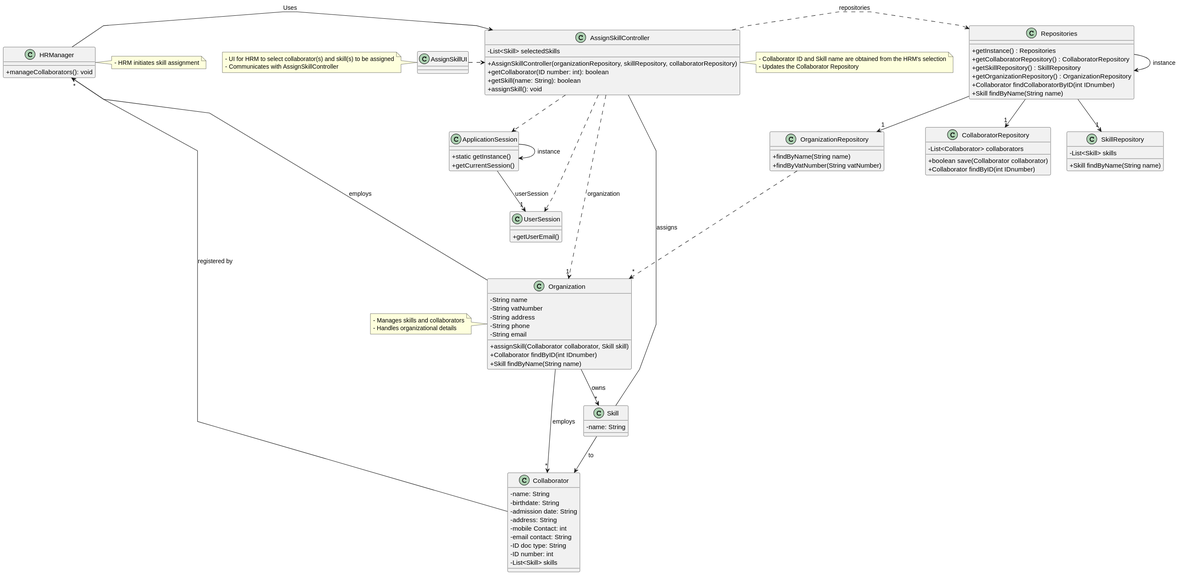
Before: docs/sprint2/us004/03.design/svg/us004-class-diagram.svg, a diagram exported from PlantUML (tiagosoa/lei-24-s2-1dgh-g073).
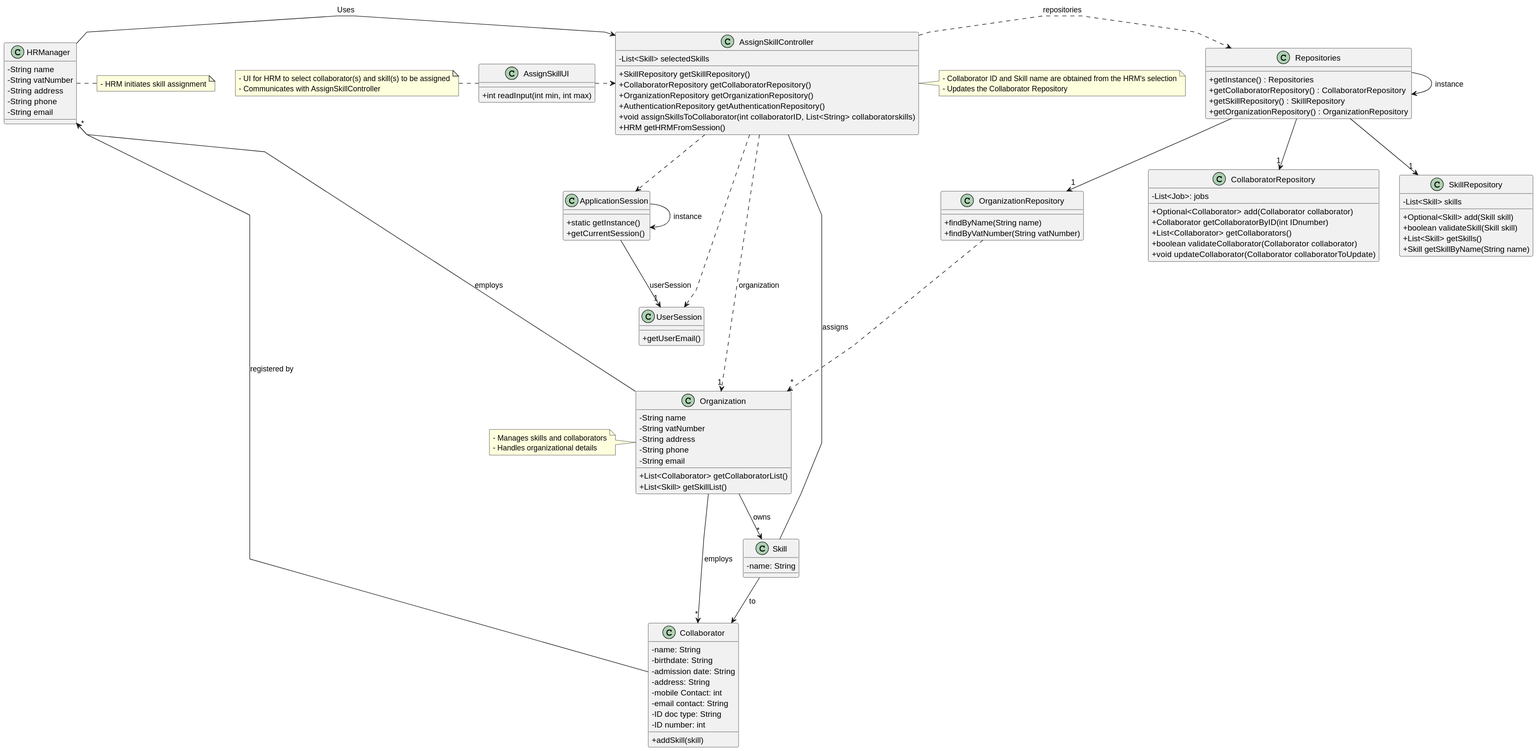
Later version of the same file.

What changed in the source:
```diff
@@ -26,15 +26,17 @@
     - email contact: String
     - ID doc type: String
     - ID number: int
-    - List<Skill> skills
+    + addSkill(skill)
 }
 
 class AssignSkillController {
     - List<Skill> selectedSkills
-    + AssignSkillController(organizationRepository, skillRepository, collaboratorRepository)
-    + getCollaborator(ID number: int): boolean
-    + getSkill(name: String): boolean
-    + assignSkill(): void
+    + SkillRepository getSkillRepository()
+    + CollaboratorRepository getCollaboratorRepository()
+    + OrganizationRepository getOrganizationRepository()
+    + AuthenticationRepository getAuthenticationRepository()
+    + void assignSkillsToCollaborator(int collaboratorID, List<String> collaboratorskills)
+    + HRM getHRMFromSession()
 }
 
 class Skill {
@@ -42,19 +44,29 @@
 }
 
 class HRManager {
-    + manageCollaborators(): void
+  - String name
+  - String vatNumber
+  - String address
+  - String phone
+  - String email
 }
 
-class CollaboratorRepository {
-   - List<Collaborator> collaborators
-   + boolean save(Collaborator collaborator)
-   + Collaborator findByID(int IDnumber)
+ class CollaboratorRepository {
+   - List<Job>: jobs
+   + Optional<Collaborator> add(Collaborator collaborator)
+   + Collaborator getCollaboratorByID(int IDnumber)
+   + List<Collaborator> getCollaborators()
+   + boolean validateCollaborator(Collaborator collaborator)
+   + void updateCollaborator(Collaborator collaboratorToUpdate)
  }
 
- class SkillRepository {
-    - List<Skill> skills
-    + Skill findByName(String name)
-  }
+class SkillRepository {
+  - List<Skill> skills
+  + Optional<Skill> add(Skill skill)
+  + boolean validateSkill(Skill skill)
+  + List<Skill> getSkills()
+  + Skill getSkillByName(String name)
+}
 
  class Organization {
    - String name
@@ -62,9 +74,8 @@
    - String address
    - String phone
    - String email
-   + assignSkill(Collaborator collaborator, Skill skill)
-   + Collaborator findByID(int IDnumber)
-   + Skill findByName(String name)
+   + List<Collaborator> getCollaboratorList()
+   + List<Skill> getSkillList()
  }
 
  class OrganizationRepository {
@@ -77,11 +88,10 @@
    + getCollaboratorRepository() : CollaboratorRepository
    + getSkillRepository() : SkillRepository
    + getOrganizationRepository() : OrganizationRepository
-   + Collaborator findCollaboratorByID(int IDnumber)
-   + Skill findByName(String name)
  }
 
  class AssignSkillUI {
+   + int readInput(int min, int max)
  }
 
 AssignSkillController -- Skill: assigns
```
